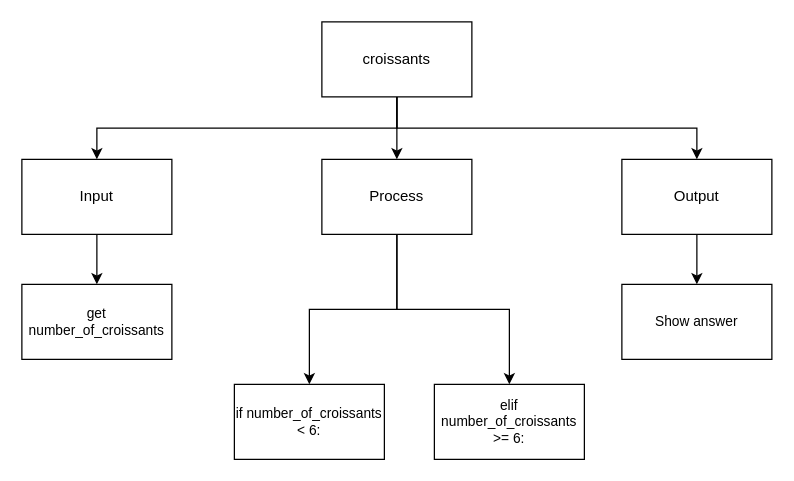
The draw.io diagram design.drawio in Aleksandr-Ten/ICS3U-Assignment-4-Python, before the edit. Source tidied: cells renumbered, new cells numbered last; positions are measured from the earlier drawing's top-left corner, leaving out a move shared by most shapes. Both pictures are drawn from the tidied source at 125%, with x=0, y=0 at pixel (21, 21).
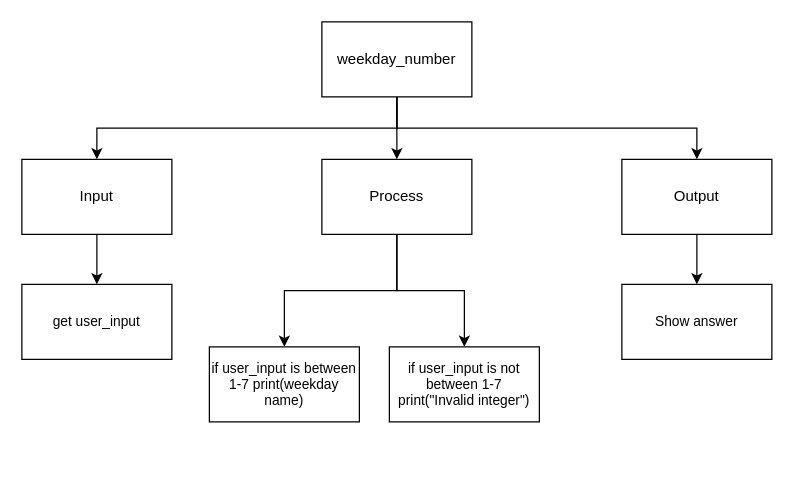
The same page after the edit.

Change to the diagram source:
```diff
@@
 <mxGraphModel>
   <root>
     <mxCell id="0" />
     <mxCell id="1" parent="0" />
     <mxCell id="2" style="edgeStyle=none;html=1;exitX=0.5;exitY=1;exitDx=0;exitDy=0;entryX=0.5;entryY=0;entryDx=0;entryDy=0;" parent="1" edge="1" source="5" target="8">
       <mxGeometry relative="1" as="geometry" />
     </mxCell>
     <mxCell id="3" style="edgeStyle=orthogonalEdgeStyle;html=1;exitX=0.5;exitY=1;exitDx=0;exitDy=0;entryX=0.5;entryY=0;entryDx=0;entryDy=0;rounded=0;" parent="1" edge="1" source="5" target="10">
       <mxGeometry relative="1" as="geometry" />
     </mxCell>
     <mxCell id="4" style="edgeStyle=orthogonalEdgeStyle;shape=connector;rounded=0;html=1;labelBackgroundColor=default;fontFamily=Helvetica;fontSize=11;fontColor=default;endArrow=classic;strokeColor=default;exitX=0.5;exitY=1;exitDx=0;exitDy=0;" parent="1" edge="1" source="5" target="12">
       <mxGeometry relative="1" as="geometry" />
     </mxCell>
-    <mxCell id="5" value="croissants" style="rounded=0;whiteSpace=wrap;html=1;" parent="1" vertex="1">
+    <mxCell id="5" value="weekday_number" style="rounded=0;whiteSpace=wrap;html=1;" parent="1" vertex="1">
       <mxGeometry x="240" width="120" height="60" as="geometry" />
     </mxCell>
-    <mxCell id="6" style="edgeStyle=orthogonalEdgeStyle;shape=connector;rounded=0;html=1;labelBackgroundColor=default;fontFamily=Helvetica;fontSize=11;fontColor=default;endArrow=classic;strokeColor=default;" parent="1" edge="1" source="8" target="15">
-      <mxGeometry relative="1" as="geometry" />
-    </mxCell>
     <mxCell id="7" style="edgeStyle=orthogonalEdgeStyle;shape=connector;rounded=0;html=1;exitX=0.5;exitY=1;exitDx=0;exitDy=0;labelBackgroundColor=default;fontFamily=Helvetica;fontSize=11;fontColor=default;endArrow=classic;strokeColor=default;" parent="1" edge="1" source="8" target="14">
       <mxGeometry relative="1" as="geometry" />
     </mxCell>
+    <mxCell id="17" style="edgeStyle=orthogonalEdgeStyle;shape=connector;rounded=0;html=1;labelBackgroundColor=default;fontFamily=Helvetica;fontSize=11;fontColor=default;endArrow=classic;strokeColor=default;" parent="1" edge="1" source="8" target="18">
+      <mxGeometry relative="1" as="geometry" />
+    </mxCell>
     <mxCell id="8" value="Process" style="rounded=0;whiteSpace=wrap;html=1;" parent="1" vertex="1">
       <mxGeometry x="240" y="110" width="120" height="60" as="geometry" />
     </mxCell>
     <mxCell id="9" style="edgeStyle=orthogonalEdgeStyle;shape=connector;rounded=0;html=1;exitX=0.5;exitY=1;exitDx=0;exitDy=0;labelBackgroundColor=default;fontFamily=Helvetica;fontSize=11;fontColor=default;endArrow=classic;strokeColor=default;" parent="1" edge="1" source="10" target="13">
       <mxGeometry relative="1" as="geometry" />
     </mxCell>
     <mxCell id="10" value="Input" style="rounded=0;whiteSpace=wrap;html=1;" parent="1" vertex="1">
       <mxGeometry y="110" width="120" height="60" as="geometry" />
     </mxCell>
     <mxCell id="11" style="edgeStyle=orthogonalEdgeStyle;shape=connector;rounded=0;html=1;labelBackgroundColor=default;fontFamily=Helvetica;fontSize=11;fontColor=default;endArrow=classic;strokeColor=default;" parent="1" edge="1" source="12" target="16">
       <mxGeometry relative="1" as="geometry" />
     </mxCell>
     <mxCell id="12" value="Output" style="rounded=0;whiteSpace=wrap;html=1;" parent="1" vertex="1">
       <mxGeometry x="480" y="110" width="120" height="60" as="geometry" />
     </mxCell>
-    <mxCell id="13" value="get number_of_croissants" style="rounded=0;whiteSpace=wrap;html=1;fontFamily=Helvetica;fontSize=11;fontColor=default;" parent="1" vertex="1">
+    <mxCell id="13" value="get user_input" style="rounded=0;whiteSpace=wrap;html=1;fontFamily=Helvetica;fontSize=11;fontColor=default;" parent="1" vertex="1">
       <mxGeometry y="210" width="120" height="60" as="geometry" />
     </mxCell>
-    <mxCell id="14" value="if number_of_croissants &amp;lt; 6:" style="rounded=0;whiteSpace=wrap;html=1;fontFamily=Helvetica;fontSize=11;fontColor=default;" parent="1" vertex="1">
-      <mxGeometry x="170" y="290" width="120" height="60" as="geometry" />
+    <mxCell id="14" value="if user_input is between 1-7 print(weekday name)" style="rounded=0;whiteSpace=wrap;html=1;fontFamily=Helvetica;fontSize=11;fontColor=default;" parent="1" vertex="1">
+      <mxGeometry x="150" y="260" width="120" height="60" as="geometry" />
     </mxCell>
-    <mxCell id="15" value="elif number_of_croissants &amp;gt;= 6:" style="rounded=0;whiteSpace=wrap;html=1;fontFamily=Helvetica;fontSize=11;fontColor=default;" parent="1" vertex="1">
-      <mxGeometry x="330" y="290" width="120" height="60" as="geometry" />
-    </mxCell>
     <mxCell id="16" value="Show answer" style="rounded=0;whiteSpace=wrap;html=1;fontFamily=Helvetica;fontSize=11;fontColor=default;" parent="1" vertex="1">
       <mxGeometry x="480" y="210" width="120" height="60" as="geometry" />
     </mxCell>
+    <mxCell id="18" value="if user_input is not between 1-7 print(&quot;Invalid integer&quot;)" style="rounded=0;whiteSpace=wrap;html=1;fontFamily=Helvetica;fontSize=11;fontColor=default;" parent="1" vertex="1">
+      <mxGeometry x="294" y="260" width="120" height="60" as="geometry" />
+    </mxCell>
   </root>
 </mxGraphModel>
```
